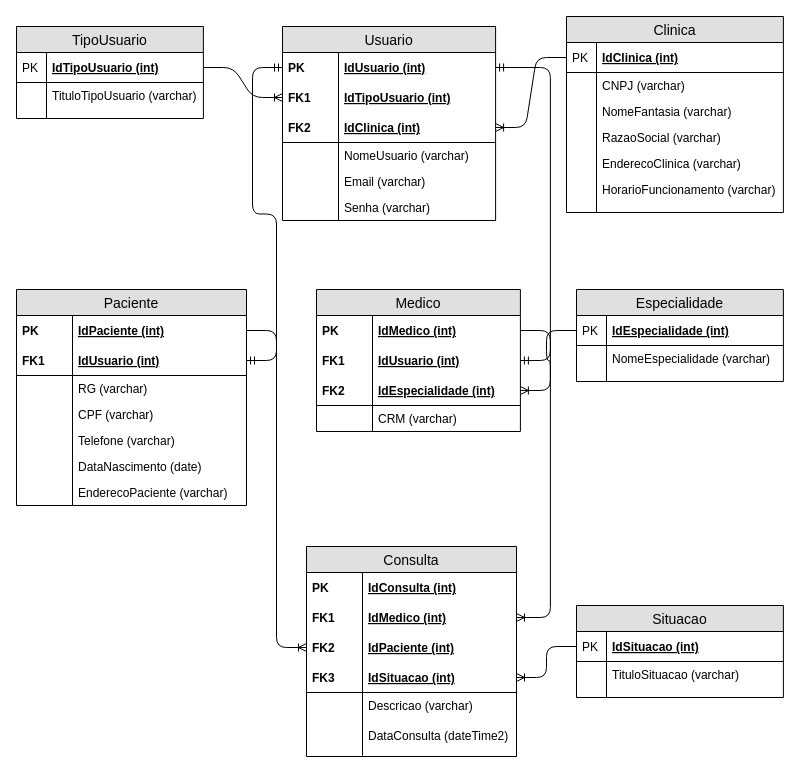
Earlier version of the draw.io diagram page "Logico" (2 of 2) of Modelagem/modelagem-spmedicalgroup.drawio (flavio-pires/senai_spmedgroup_sprint1_bd_manha_flavio_pires). Source tidied: cells renumbered, new cells numbered last; positions are measured from the earlier drawing's top-left corner, leaving out a move shared by most shapes. Both pictures are drawn from the tidied source at 100%, with x=0, y=0 at pixel (16, 16).
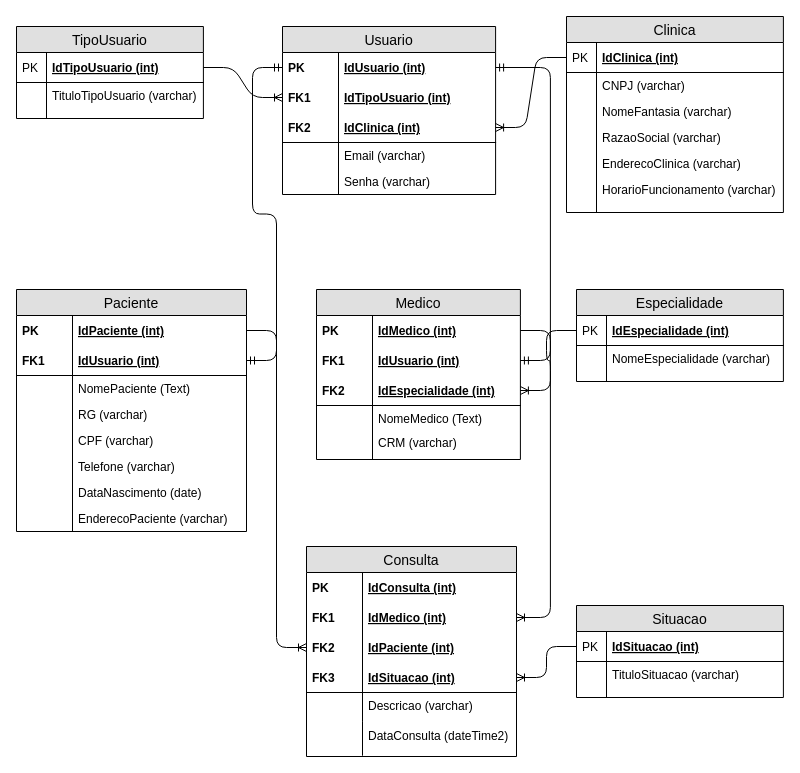
The same diagram, later.

Change to the diagram source:
```diff
@@
     <mxCell id="31" value="Usuario" style="swimlane;fontStyle=0;horizontal=1;startSize=26;fillColor=#e0e0e0;swimlaneFillColor=#ffffff;align=center;fontSize=14;" parent="1" vertex="1">
-      <mxGeometry x="266" y="10" width="213.1" height="194" as="geometry" />
+      <mxGeometry x="266" y="10" width="213.1" height="168" as="geometry" />
     </mxCell>
@@
-    <mxCell id="38" value="NomeUsuario (varchar)" style="shape=partialRectangle;top=0;left=0;right=0;bottom=0;align=left;verticalAlign=top;fillColor=none;spacingLeft=60;spacingRight=4;overflow=hidden;fontSize=12;" parent="31" vertex="1">
-      <mxGeometry y="116" width="213.1" height="26" as="geometry" />
-    </mxCell>
-    <mxCell id="39" style="shape=partialRectangle;top=0;left=0;bottom=0;fillColor=none;align=left;verticalAlign=top;spacingLeft=4;spacingRight=4;overflow=hidden;fontSize=12;" parent="38" vertex="1">
-      <mxGeometry width="56" height="26" as="geometry" />
-    </mxCell>
     <mxCell id="40" value="Email (varchar)" style="shape=partialRectangle;top=0;left=0;right=0;bottom=0;align=left;verticalAlign=top;fillColor=none;spacingLeft=60;spacingRight=4;overflow=hidden;fontSize=12;" parent="31" vertex="1">
-      <mxGeometry y="142" width="213.1" height="26" as="geometry" />
+      <mxGeometry y="116" width="213.1" height="26" as="geometry" />
     </mxCell>
@@
     <mxCell id="42" value="Senha (varchar)" style="shape=partialRectangle;top=0;left=0;right=0;bottom=0;align=left;verticalAlign=top;fillColor=none;spacingLeft=60;spacingRight=4;overflow=hidden;fontSize=12;" parent="31" vertex="1">
-      <mxGeometry y="168" width="213.1" height="26" as="geometry" />
+      <mxGeometry y="142" width="213.1" height="26" as="geometry" />
     </mxCell>
@@
     <mxCell id="44" value="Medico" style="swimlane;fontStyle=0;horizontal=1;startSize=26;fillColor=#e0e0e0;swimlaneFillColor=#ffffff;align=center;fontSize=14;" parent="1" vertex="1">
-      <mxGeometry x="300" y="273" width="203.9" height="142" as="geometry" />
+      <mxGeometry x="300" y="273" width="203.9" height="170" as="geometry" />
     </mxCell>
@@
-    <mxCell id="51" value="CRM (varchar)" style="shape=partialRectangle;top=0;left=0;right=0;bottom=0;align=left;verticalAlign=top;fillColor=none;spacingLeft=60;spacingRight=4;overflow=hidden;fontSize=12;" parent="44" vertex="1">
-      <mxGeometry y="116" width="203.9" height="26" as="geometry" />
+    <mxCell id="51" value="NomeMedico (Text)" style="shape=partialRectangle;top=0;left=0;right=0;bottom=0;align=left;verticalAlign=top;fillColor=none;spacingLeft=60;spacingRight=4;overflow=hidden;fontSize=12;" parent="44" vertex="1">
+      <mxGeometry y="116" width="203.9" height="24" as="geometry" />
     </mxCell>
     <mxCell id="52" style="shape=partialRectangle;top=0;left=0;bottom=0;fillColor=none;align=left;verticalAlign=top;spacingLeft=4;spacingRight=4;overflow=hidden;fontSize=12;" parent="51" vertex="1">
-      <mxGeometry width="56" height="26" as="geometry" />
+      <mxGeometry width="56" height="24" as="geometry" />
     </mxCell>
+    <mxCell id="96" value="CRM (varchar)" style="shape=partialRectangle;top=0;left=0;right=0;bottom=0;align=left;verticalAlign=top;fillColor=none;spacingLeft=60;spacingRight=4;overflow=hidden;fontSize=12;" parent="44" vertex="1">
+      <mxGeometry y="140" width="203.9" height="30" as="geometry" />
+    </mxCell>
+    <mxCell id="97" style="shape=partialRectangle;top=0;left=0;bottom=0;fillColor=none;align=left;verticalAlign=top;spacingLeft=4;spacingRight=4;overflow=hidden;fontSize=12;" parent="96" vertex="1">
+      <mxGeometry width="56" height="30" as="geometry" />
+    </mxCell>
@@
     <mxCell id="66" value="Paciente" style="swimlane;fontStyle=0;horizontal=1;startSize=26;fillColor=#e0e0e0;swimlaneFillColor=#ffffff;align=center;fontSize=14;" parent="1" vertex="1">
-      <mxGeometry y="273" width="230" height="216" as="geometry" />
+      <mxGeometry y="273" width="230" height="242" as="geometry" />
     </mxCell>
@@
-    <mxCell id="71" value="RG (varchar)" style="shape=partialRectangle;top=0;left=0;right=0;bottom=0;align=left;verticalAlign=top;fillColor=none;spacingLeft=60;spacingRight=4;overflow=hidden;fontSize=12;" parent="66" vertex="1">
+    <mxCell id="71" value="NomePaciente (Text)" style="shape=partialRectangle;top=0;left=0;right=0;bottom=0;align=left;verticalAlign=top;fillColor=none;spacingLeft=60;spacingRight=4;overflow=hidden;fontSize=12;" parent="66" vertex="1">
       <mxGeometry y="86" width="230" height="26" as="geometry" />
     </mxCell>
@@
-    <mxCell id="73" value="CPF (varchar)" style="shape=partialRectangle;top=0;left=0;right=0;bottom=0;align=left;verticalAlign=top;fillColor=none;spacingLeft=60;spacingRight=4;overflow=hidden;fontSize=12;" parent="66" vertex="1">
+    <mxCell id="73" value="RG (varchar)" style="shape=partialRectangle;top=0;left=0;right=0;bottom=0;align=left;verticalAlign=top;fillColor=none;spacingLeft=60;spacingRight=4;overflow=hidden;fontSize=12;" parent="66" vertex="1">
       <mxGeometry y="112" width="230" height="26" as="geometry" />
     </mxCell>
@@
+    <mxCell id="98" value="CPF (varchar)" style="shape=partialRectangle;top=0;left=0;right=0;bottom=0;align=left;verticalAlign=top;fillColor=none;spacingLeft=60;spacingRight=4;overflow=hidden;fontSize=12;" parent="66" vertex="1">
+      <mxGeometry y="138" width="230" height="26" as="geometry" />
+    </mxCell>
+    <mxCell id="39" style="shape=partialRectangle;top=0;left=0;bottom=0;fillColor=none;align=left;verticalAlign=top;spacingLeft=4;spacingRight=4;overflow=hidden;fontSize=12;" parent="98" vertex="1">
+      <mxGeometry width="56" height="26" as="geometry" />
+    </mxCell>
     <mxCell id="75" value="Telefone (varchar)" style="shape=partialRectangle;top=0;left=0;right=0;bottom=0;align=left;verticalAlign=top;fillColor=none;spacingLeft=60;spacingRight=4;overflow=hidden;fontSize=12;" parent="66" vertex="1">
-      <mxGeometry y="138" width="230" height="26" as="geometry" />
+      <mxGeometry y="164" width="230" height="26" as="geometry" />
     </mxCell>
@@
     <mxCell id="77" value="DataNascimento (date)" style="shape=partialRectangle;top=0;left=0;right=0;bottom=0;align=left;verticalAlign=top;fillColor=none;spacingLeft=60;spacingRight=4;overflow=hidden;fontSize=12;" parent="66" vertex="1">
-      <mxGeometry y="164" width="230" height="26" as="geometry" />
+      <mxGeometry y="190" width="230" height="26" as="geometry" />
     </mxCell>
@@
     <mxCell id="79" value="EnderecoPaciente (varchar)" style="shape=partialRectangle;top=0;left=0;right=0;bottom=0;align=left;verticalAlign=top;fillColor=none;spacingLeft=60;spacingRight=4;overflow=hidden;fontSize=12;" parent="66" vertex="1">
-      <mxGeometry y="190" width="230" height="26" as="geometry" />
+      <mxGeometry y="216" width="230" height="26" as="geometry" />
     </mxCell>
```
